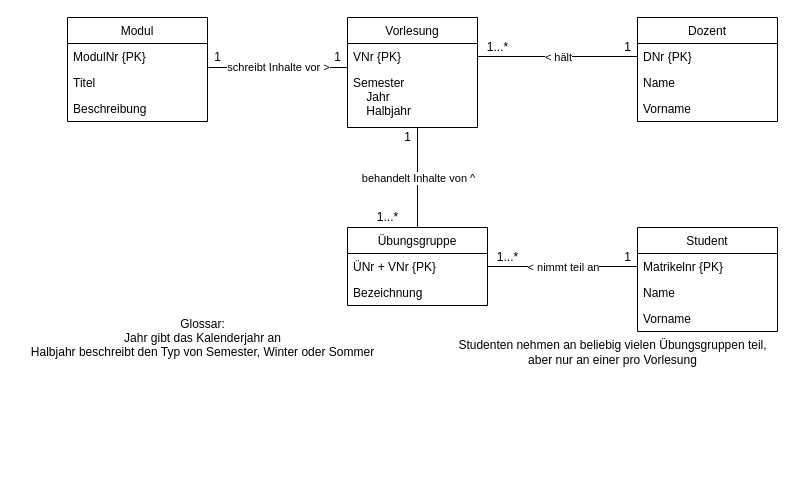
Before: Untitled Diagram.drawio in AndreasThum/UML-Notes, a draw.io diagram. Source tidied: cells renumbered, new cells numbered last; positions are measured from the earlier drawing's top-left corner, leaving out a move shared by most shapes. Both pictures are drawn from the tidied source at 100%, with x=0, y=0 at pixel (17, 17).
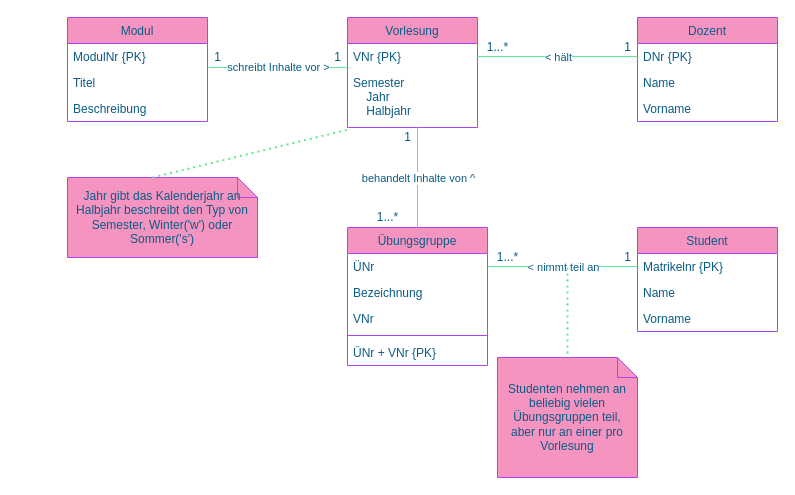
After the change.

Diff of the diagram source:
```diff
@@
-    <mxCell id="2" value="Modul" style="swimlane;fontStyle=0;horizontal=1;startSize=26;" parent="1" vertex="1">
+    <mxCell id="2" value="Modul" style="swimlane;fontStyle=0;horizontal=1;startSize=26;fillColor=#F694C1;strokeColor=#AF45ED;fontColor=#095C86;" parent="1" vertex="1">
       <mxGeometry x="50" width="140" height="104" as="geometry" />
     </mxCell>
-    <mxCell id="3" value="ModulNr {PK}" style="text;strokeColor=none;fillColor=none;align=left;verticalAlign=top;spacingLeft=4;spacingRight=4;overflow=hidden;" parent="2" vertex="1">
+    <mxCell id="3" value="ModulNr {PK}" style="text;strokeColor=none;fillColor=none;align=left;verticalAlign=top;spacingLeft=4;spacingRight=4;overflow=hidden;fontColor=#095C86;" parent="2" vertex="1">
       <mxGeometry y="26" width="140" height="26" as="geometry" />
     </mxCell>
-    <mxCell id="4" value="Titel" style="text;strokeColor=none;fillColor=none;align=left;verticalAlign=top;spacingLeft=4;spacingRight=4;overflow=hidden;points=[[0,0.5],[1,0.5]];portConstraint=eastwest;" parent="2" vertex="1">
+    <mxCell id="4" value="Titel" style="text;strokeColor=none;fillColor=none;align=left;verticalAlign=top;spacingLeft=4;spacingRight=4;overflow=hidden;points=[[0,0.5],[1,0.5]];portConstraint=eastwest;fontColor=#095C86;" parent="2" vertex="1">
       <mxGeometry y="52" width="140" height="26" as="geometry" />
     </mxCell>
-    <mxCell id="5" value="Beschreibung" style="text;strokeColor=none;fillColor=none;align=left;verticalAlign=top;spacingLeft=4;spacingRight=4;overflow=hidden;" parent="2" vertex="1">
+    <mxCell id="5" value="Beschreibung" style="text;strokeColor=none;fillColor=none;align=left;verticalAlign=top;spacingLeft=4;spacingRight=4;overflow=hidden;fontColor=#095C86;" parent="2" vertex="1">
       <mxGeometry y="78" width="140" height="26" as="geometry" />
     </mxCell>
-    <mxCell id="6" value="Vorlesung" style="swimlane;fontStyle=0;horizontal=1;startSize=26;" parent="1" vertex="1">
+    <mxCell id="6" value="Vorlesung" style="swimlane;fontStyle=0;horizontal=1;startSize=26;fillColor=#F694C1;strokeColor=#AF45ED;fontColor=#095C86;" parent="1" vertex="1">
       <mxGeometry x="330" width="130" height="110" as="geometry" />
     </mxCell>
-    <mxCell id="7" value="VNr {PK}" style="text;strokeColor=none;fillColor=none;align=left;verticalAlign=top;spacingLeft=4;spacingRight=4;overflow=hidden;points=[[0,0.5],[1,0.5]];portConstraint=eastwest;" parent="6" vertex="1">
+    <mxCell id="7" value="VNr {PK}" style="text;strokeColor=none;fillColor=none;align=left;verticalAlign=top;spacingLeft=4;spacingRight=4;overflow=hidden;points=[[0,0.5],[1,0.5]];portConstraint=eastwest;fontColor=#095C86;" parent="6" vertex="1">
       <mxGeometry y="26" width="130" height="26" as="geometry" />
     </mxCell>
-    <mxCell id="8" value="Semester&#10;    Jahr&#10;    Halbjahr&#10;" style="text;strokeColor=none;fillColor=none;align=left;verticalAlign=top;spacingLeft=4;spacingRight=4;overflow=hidden;points=[[0,0.5],[1,0.5]];portConstraint=eastwest;" parent="6" vertex="1">
+    <mxCell id="8" value="Semester&#10;    Jahr&#10;    Halbjahr&#10;" style="text;strokeColor=none;fillColor=none;align=left;verticalAlign=top;spacingLeft=4;spacingRight=4;overflow=hidden;points=[[0,0.5],[1,0.5]];portConstraint=eastwest;fontColor=#095C86;" parent="6" vertex="1">
       <mxGeometry y="52" width="130" height="58" as="geometry" />
     </mxCell>
-    <mxCell id="9" value="Dozent" style="swimlane;fontStyle=0;horizontal=1;startSize=26;" parent="1" vertex="1">
+    <mxCell id="9" value="Dozent" style="swimlane;fontStyle=0;horizontal=1;startSize=26;fillColor=#F694C1;strokeColor=#AF45ED;fontColor=#095C86;" parent="1" vertex="1">
       <mxGeometry x="620" width="140" height="104" as="geometry" />
     </mxCell>
-    <mxCell id="10" value="DNr {PK}" style="text;strokeColor=none;fillColor=none;align=left;verticalAlign=top;spacingLeft=4;spacingRight=4;overflow=hidden;points=[[0,0.5],[1,0.5]];portConstraint=eastwest;" parent="9" vertex="1">
+    <mxCell id="10" value="DNr {PK}" style="text;strokeColor=none;fillColor=none;align=left;verticalAlign=top;spacingLeft=4;spacingRight=4;overflow=hidden;points=[[0,0.5],[1,0.5]];portConstraint=eastwest;fontColor=#095C86;" parent="9" vertex="1">
       <mxGeometry y="26" width="140" height="26" as="geometry" />
     </mxCell>
-    <mxCell id="11" value="Name" style="text;strokeColor=none;fillColor=none;align=left;verticalAlign=top;spacingLeft=4;spacingRight=4;overflow=hidden;" parent="9" vertex="1">
+    <mxCell id="11" value="Name" style="text;strokeColor=none;fillColor=none;align=left;verticalAlign=top;spacingLeft=4;spacingRight=4;overflow=hidden;fontColor=#095C86;" parent="9" vertex="1">
       <mxGeometry y="52" width="140" height="26" as="geometry" />
     </mxCell>
-    <mxCell id="12" value="Vorname" style="text;strokeColor=none;fillColor=none;align=left;verticalAlign=top;spacingLeft=4;spacingRight=4;overflow=hidden;" parent="9" vertex="1">
+    <mxCell id="12" value="Vorname" style="text;strokeColor=none;fillColor=none;align=left;verticalAlign=top;spacingLeft=4;spacingRight=4;overflow=hidden;fontColor=#095C86;" parent="9" vertex="1">
       <mxGeometry y="78" width="140" height="26" as="geometry" />
     </mxCell>
-    <mxCell id="13" value="Übungsgruppe" style="swimlane;fontStyle=0;horizontal=1;startSize=26;" parent="1" vertex="1">
-      <mxGeometry x="330" y="210" width="140" height="78" as="geometry" />
+    <mxCell id="13" value="Übungsgruppe" style="swimlane;fontStyle=0;horizontal=1;startSize=26;fillColor=#F694C1;strokeColor=#AF45ED;fontColor=#095C86;" parent="1" vertex="1">
+      <mxGeometry x="330" y="210" width="140" height="138" as="geometry" />
     </mxCell>
-    <mxCell id="14" value="ÜNr + VNr {PK}" style="text;strokeColor=none;fillColor=none;align=left;verticalAlign=top;spacingLeft=4;spacingRight=4;overflow=hidden;points=[[0,0.5],[1,0.5]];portConstraint=eastwest;" parent="13" vertex="1">
+    <mxCell id="14" value="ÜNr" style="text;strokeColor=none;fillColor=none;align=left;verticalAlign=top;spacingLeft=4;spacingRight=4;overflow=hidden;points=[[0,0.5],[1,0.5]];portConstraint=eastwest;fontColor=#095C86;" parent="13" vertex="1">
       <mxGeometry y="26" width="140" height="26" as="geometry" />
     </mxCell>
-    <mxCell id="15" value="Bezeichnung" style="text;strokeColor=none;fillColor=none;align=left;verticalAlign=top;spacingLeft=4;spacingRight=4;overflow=hidden;" parent="13" vertex="1">
+    <mxCell id="15" value="Bezeichnung" style="text;strokeColor=none;fillColor=none;align=left;verticalAlign=top;spacingLeft=4;spacingRight=4;overflow=hidden;fontColor=#095C86;" parent="13" vertex="1">
       <mxGeometry y="52" width="140" height="26" as="geometry" />
     </mxCell>
+    <mxCell id="38" value="VNr" style="text;strokeColor=none;fillColor=none;align=left;verticalAlign=top;spacingLeft=4;spacingRight=4;overflow=hidden;rounded=0;sketch=0;fontColor=#095C86;" parent="13" vertex="1">
+      <mxGeometry y="78" width="140" height="26" as="geometry" />
+    </mxCell>
+    <mxCell id="39" style="line;strokeWidth=1;fillColor=none;align=left;verticalAlign=middle;spacingTop=-1;spacingLeft=3;spacingRight=3;labelPosition=right;rounded=0;sketch=0;fontColor=#095C86;strokeColor=#AF45ED;" parent="13" vertex="1">
+      <mxGeometry y="104" width="140" height="8" as="geometry" />
+    </mxCell>
+    <mxCell id="40" value="ÜNr + VNr {PK}" style="text;strokeColor=none;fillColor=none;align=left;verticalAlign=top;spacingLeft=4;spacingRight=4;overflow=hidden;rounded=0;sketch=0;fontColor=#095C86;" parent="13" vertex="1">
+      <mxGeometry y="112" width="140" height="26" as="geometry" />
+    </mxCell>
-    <mxCell id="16" value="Student" style="swimlane;fontStyle=0;horizontal=1;startSize=26;" parent="1" vertex="1">
+    <mxCell id="16" value="Student" style="swimlane;fontStyle=0;horizontal=1;startSize=26;fillColor=#F694C1;strokeColor=#AF45ED;fontColor=#095C86;" parent="1" vertex="1">
       <mxGeometry x="620" y="210" width="140" height="104" as="geometry" />
     </mxCell>
-    <mxCell id="17" value="Matrikelnr {PK}" style="text;strokeColor=none;fillColor=none;align=left;verticalAlign=top;spacingLeft=4;spacingRight=4;overflow=hidden;points=[[0,0.5],[1,0.5]];portConstraint=eastwest;" parent="16" vertex="1">
+    <mxCell id="17" value="Matrikelnr {PK}" style="text;strokeColor=none;fillColor=none;align=left;verticalAlign=top;spacingLeft=4;spacingRight=4;overflow=hidden;points=[[0,0.5],[1,0.5]];portConstraint=eastwest;fontColor=#095C86;" parent="16" vertex="1">
       <mxGeometry y="26" width="140" height="26" as="geometry" />
     </mxCell>
-    <mxCell id="18" value="Name" style="text;strokeColor=none;fillColor=none;align=left;verticalAlign=top;spacingLeft=4;spacingRight=4;overflow=hidden;" parent="16" vertex="1">
+    <mxCell id="18" value="Name" style="text;strokeColor=none;fillColor=none;align=left;verticalAlign=top;spacingLeft=4;spacingRight=4;overflow=hidden;fontColor=#095C86;" parent="16" vertex="1">
       <mxGeometry y="52" width="140" height="26" as="geometry" />
     </mxCell>
-    <mxCell id="19" value="Vorname" style="text;strokeColor=none;fillColor=none;align=left;verticalAlign=top;spacingLeft=4;spacingRight=4;overflow=hidden;" parent="16" vertex="1">
+    <mxCell id="19" value="Vorname" style="text;strokeColor=none;fillColor=none;align=left;verticalAlign=top;spacingLeft=4;spacingRight=4;overflow=hidden;fontColor=#095C86;" parent="16" vertex="1">
       <mxGeometry y="78" width="140" height="26" as="geometry" />
     </mxCell>
-    <mxCell id="20" style="endArrow=none;html=1;endFill=0;exitX=1;exitY=0.5;exitDx=0;exitDy=0;entryX=0;entryY=0.5;entryDx=0;entryDy=0;" parent="1" edge="1" source="14" target="17">
+    <mxCell id="20" style="endArrow=none;html=1;endFill=0;exitX=1;exitY=0.5;exitDx=0;exitDy=0;entryX=0;entryY=0.5;entryDx=0;entryDy=0;strokeColor=#60E696;fontColor=#095C86;" parent="1" edge="1" source="14" target="17">
       <mxGeometry relative="1" as="geometry" />
     </mxCell>
-    <mxCell id="21" value="&amp;lt; nimmt teil an" style="edgeLabel;html=1;align=center;verticalAlign=middle;" parent="20" vertex="1">
+    <mxCell id="21" value="&amp;lt; nimmt teil an" style="edgeLabel;html=1;align=center;verticalAlign=middle;fontColor=#095C86;" parent="20" vertex="1">
       <mxGeometry relative="1" as="geometry" />
     </mxCell>
-    <mxCell id="22" style="endArrow=none;html=1;endFill=0;entryX=0;entryY=0.923;entryDx=0;entryDy=0;entryPerimeter=0;exitX=1.007;exitY=-0.077;exitDx=0;exitDy=0;exitPerimeter=0;" parent="1" edge="1" source="4" target="7">
+    <mxCell id="22" style="endArrow=none;html=1;endFill=0;entryX=0;entryY=0.923;entryDx=0;entryDy=0;entryPerimeter=0;exitX=1.007;exitY=-0.077;exitDx=0;exitDy=0;exitPerimeter=0;strokeColor=#60E696;fontColor=#095C86;" parent="1" edge="1" source="4" target="7">
       <mxGeometry relative="1" as="geometry" />
     </mxCell>
-    <mxCell id="23" value="schreibt Inhalte vor &amp;gt;" style="edgeLabel;html=1;align=center;verticalAlign=middle;" parent="22" vertex="1">
+    <mxCell id="23" value="schreibt Inhalte vor &amp;gt;" style="edgeLabel;html=1;align=center;verticalAlign=middle;fontColor=#095C86;" parent="22" vertex="1">
       <mxGeometry relative="1" as="geometry" />
     </mxCell>
-    <mxCell id="24" style="endArrow=none;html=1;endFill=0;exitX=1;exitY=0.5;exitDx=0;exitDy=0;entryX=0;entryY=0.5;entryDx=0;entryDy=0;" parent="1" edge="1" source="7" target="10">
+    <mxCell id="24" style="endArrow=none;html=1;endFill=0;exitX=1;exitY=0.5;exitDx=0;exitDy=0;entryX=0;entryY=0.5;entryDx=0;entryDy=0;strokeColor=#60E696;fontColor=#095C86;" parent="1" edge="1" source="7" target="10">
       <mxGeometry relative="1" as="geometry" />
     </mxCell>
-    <mxCell id="25" value="&amp;lt; hält" style="edgeLabel;html=1;align=center;verticalAlign=middle;" parent="24" vertex="1">
+    <mxCell id="25" value="&amp;lt; hält" style="edgeLabel;html=1;align=center;verticalAlign=middle;fontColor=#095C86;" parent="24" vertex="1">
       <mxGeometry relative="1" as="geometry" />
     </mxCell>
-    <mxCell id="26" style="endArrow=none;html=1;endFill=0;exitX=0.5;exitY=0;exitDx=0;exitDy=0;" parent="1" edge="1" source="13">
+    <mxCell id="26" style="endArrow=none;html=1;endFill=0;exitX=0.5;exitY=0;exitDx=0;exitDy=0;strokeColor=#60E696;fontColor=#095C86;" parent="1" edge="1" source="13">
       <mxGeometry relative="1" as="geometry">
         <mxPoint x="400" y="110" as="targetPoint" />
       </mxGeometry>
     </mxCell>
-    <mxCell id="27" value="behandelt Inhalte von ^" style="edgeLabel;html=1;align=center;verticalAlign=middle;" parent="26" vertex="1">
+    <mxCell id="27" value="behandelt Inhalte von ^" style="edgeLabel;html=1;align=center;verticalAlign=middle;fontColor=#095C86;" parent="26" vertex="1">
       <mxGeometry relative="1" as="geometry" />
     </mxCell>
-    <mxCell id="28" value="1" style="text;html=1;align=center;verticalAlign=middle;strokeColor=none;" parent="1" vertex="1">
+    <mxCell id="28" value="1" style="text;html=1;align=center;verticalAlign=middle;strokeColor=none;fontColor=#095C86;" parent="1" vertex="1">
       <mxGeometry x="190" y="30" width="20" height="20" as="geometry" />
     </mxCell>
-    <mxCell id="29" value="1" style="text;html=1;align=center;verticalAlign=middle;strokeColor=none;" parent="1" vertex="1">
+    <mxCell id="29" value="1" style="text;html=1;align=center;verticalAlign=middle;strokeColor=none;fontColor=#095C86;" parent="1" vertex="1">
       <mxGeometry x="310" y="30" width="20" height="20" as="geometry" />
     </mxCell>
-    <mxCell id="30" value="1" style="text;html=1;align=center;verticalAlign=middle;strokeColor=none;" parent="1" vertex="1">
+    <mxCell id="30" value="1" style="text;html=1;align=center;verticalAlign=middle;strokeColor=none;fontColor=#095C86;" parent="1" vertex="1">
       <mxGeometry x="600" y="20" width="20" height="20" as="geometry" />
     </mxCell>
-    <mxCell id="31" value="1" style="text;html=1;align=center;verticalAlign=middle;strokeColor=none;" parent="1" vertex="1">
+    <mxCell id="31" value="1" style="text;html=1;align=center;verticalAlign=middle;strokeColor=none;fontColor=#095C86;" parent="1" vertex="1">
       <mxGeometry x="600" y="230" width="20" height="20" as="geometry" />
     </mxCell>
-    <mxCell id="32" value="1...*" style="text;html=1;align=center;verticalAlign=middle;strokeColor=none;" parent="1" vertex="1">
+    <mxCell id="32" value="1...*" style="text;html=1;align=center;verticalAlign=middle;strokeColor=none;fontColor=#095C86;" parent="1" vertex="1">
       <mxGeometry x="470" y="230" width="40" height="20" as="geometry" />
     </mxCell>
-    <mxCell id="33" value="1...*" style="text;html=1;align=center;verticalAlign=middle;strokeColor=none;" parent="1" vertex="1">
+    <mxCell id="33" value="1...*" style="text;html=1;align=center;verticalAlign=middle;strokeColor=none;fontColor=#095C86;" parent="1" vertex="1">
       <mxGeometry x="460" y="20" width="40" height="20" as="geometry" />
     </mxCell>
-    <mxCell id="34" value="1" style="text;html=1;align=center;verticalAlign=middle;strokeColor=none;" parent="1" vertex="1">
+    <mxCell id="34" value="1" style="text;html=1;align=center;verticalAlign=middle;strokeColor=none;fontColor=#095C86;" parent="1" vertex="1">
       <mxGeometry x="380" y="110" width="20" height="20" as="geometry" />
     </mxCell>
-    <mxCell id="35" value="1...*" style="text;html=1;align=center;verticalAlign=middle;strokeColor=none;" parent="1" vertex="1">
+    <mxCell id="35" value="1...*" style="text;html=1;align=center;verticalAlign=middle;strokeColor=none;fontColor=#095C86;" parent="1" vertex="1">
       <mxGeometry x="350" y="190" width="40" height="20" as="geometry" />
     </mxCell>
-    <mxCell id="36" value="&lt;div&gt;Glossar:&lt;/div&gt;&lt;div&gt;Jahr gibt das Kalenderjahr an&lt;br&gt;&lt;/div&gt;&lt;div&gt;Halbjahr beschreibt den Typ von Semester, Winter oder Sommer&lt;br&gt;&lt;/div&gt;&lt;div&gt;&lt;br&gt;&lt;/div&gt;&lt;div&gt;&lt;br&gt;&lt;/div&gt;" style="text;html=1;align=center;verticalAlign=middle;strokeColor=none;" parent="1" vertex="1">
-      <mxGeometry y="295" width="370" height="80" as="geometry" />
-    </mxCell>
+    <mxCell id="41" value="&lt;div&gt;Jahr gibt das Kalenderjahr an&lt;br&gt;&lt;/div&gt;&lt;div&gt;Halbjahr beschreibt den Typ von Semester, Winter('w') oder Sommer('s')&lt;br&gt;&lt;/div&gt;" style="shape=note;size=20;whiteSpace=wrap;html=1;fillColor=#F694C1;strokeColor=#AF45ED;fontColor=#095C86;" parent="1" vertex="1">
+      <mxGeometry x="50" y="160" width="190" height="80" as="geometry" />
+    </mxCell>
-    <mxCell id="37" value="&lt;div&gt;Studenten nehmen an beliebig vielen Übungsgruppen teil, &lt;br&gt;&lt;/div&gt;&lt;div&gt;aber nur an einer pro Vorlesung&lt;/div&gt;" style="text;html=1;align=center;verticalAlign=middle;points=[];strokeColor=none;" parent="1" vertex="1">
-      <mxGeometry x="430" y="320" width="330" height="30" as="geometry" />
+    <mxCell id="37" value="&lt;div&gt;Studenten nehmen an beliebig vielen Übungsgruppen teil, &lt;br&gt;&lt;/div&gt;&lt;div&gt;aber nur an einer pro Vorlesung&lt;/div&gt;" style="shape=note;size=20;whiteSpace=wrap;html=1;fillColor=#F694C1;strokeColor=#AF45ED;fontColor=#095C86;" parent="1" vertex="1">
+      <mxGeometry x="480" y="340" width="140" height="120" as="geometry" />
     </mxCell>
+    <mxCell id="42" style="endArrow=none;html=1;rounded=0;dashed=1;dashPattern=1 2;exitX=0;exitY=0;exitDx=85;exitDy=0;exitPerimeter=0;entryX=0.008;entryY=1.034;entryDx=0;entryDy=0;entryPerimeter=0;strokeColor=#60E696;fontColor=#095C86;strokeWidth=2;" parent="1" edge="1" source="41" target="8">
+      <mxGeometry relative="1" as="geometry" />
+    </mxCell>
+    <mxCell id="43" style="endArrow=none;html=1;rounded=0;dashed=1;dashPattern=1 2;entryX=0.5;entryY=0;entryDx=0;entryDy=0;entryPerimeter=0;strokeColor=#60E696;fontColor=#095C86;strokeWidth=2;" parent="1" edge="1" target="37">
+      <mxGeometry relative="1" as="geometry">
+        <mxPoint x="550" y="250" as="sourcePoint" />
+      </mxGeometry>
+    </mxCell>
```
